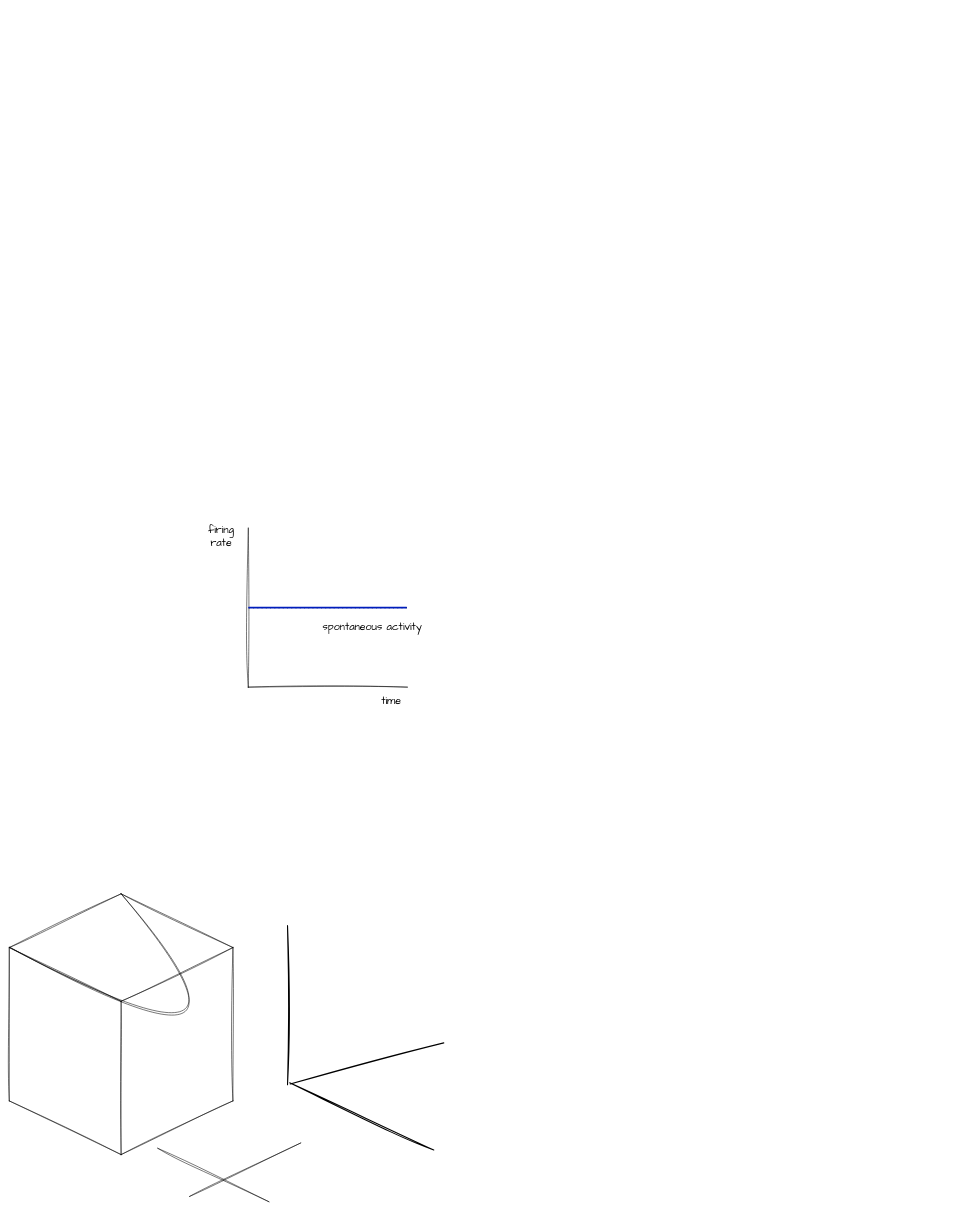
bjhardcastle/diagrams keeps this draw.io diagram as Untitled Diagram.drawio. Above is the earlier version. Source tidied: cells renumbered, new cells numbered last; positions are measured from the earlier drawing's top-left corner, leaving out a move shared by most shapes. Both pictures are drawn from the tidied source at 53%, with x=0, y=0 at pixel (9, 528).
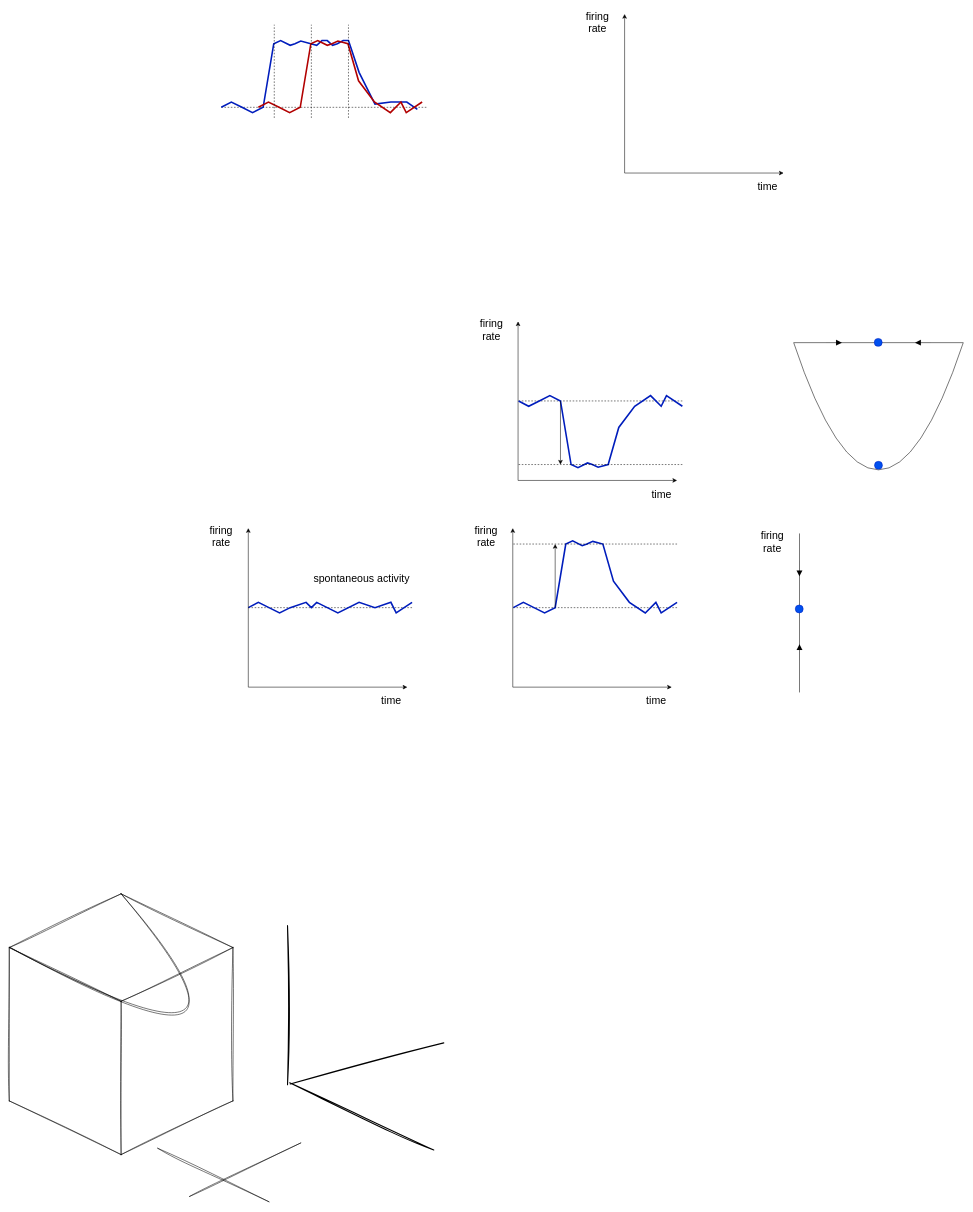
The same page after the edit.

The edit, as a diff of the source:
```diff
@@
-    <mxCell id="2" style="shape=partialRectangle;whiteSpace=wrap;html=1;bottom=0;right=0;fillColor=none;sketch=1;hachureGap=4;jiggle=2;curveFitting=1;fontFamily=Architects Daughter;fontSize=20;direction=north;" parent="1" vertex="1">
-      <mxGeometry x="451" width="300" height="300" as="geometry" />
-    </mxCell>
+    <mxCell id="15" style="endArrow=none;dashed=1;html=1;rounded=0;exitX=0.5;exitY=0;exitDx=0;exitDy=0;fontFamily=Helvetica;" parent="1" edge="1">
+      <mxGeometry relative="1" as="geometry">
+        <mxPoint x="451" y="150" as="sourcePoint" />
+        <mxPoint x="760" y="150" as="targetPoint" />
+      </mxGeometry>
+    </mxCell>
@@
-    <mxCell id="10" value="time" style="text;html=1;strokeColor=none;fillColor=none;align=center;verticalAlign=middle;whiteSpace=wrap;rounded=0;fontFamily=Architects Daughter;fontSize=20;" parent="1" vertex="1">
+    <mxCell id="10" value="time" style="text;html=1;strokeColor=none;fillColor=none;align=center;verticalAlign=middle;whiteSpace=wrap;rounded=0;fontFamily=Helvetica;fontSize=20;" parent="1" vertex="1">
       <mxGeometry x="691" y="310" width="60" height="30" as="geometry" />
     </mxCell>
-    <mxCell id="11" value="firing rate" style="text;html=1;strokeColor=none;fillColor=none;align=center;verticalAlign=middle;whiteSpace=wrap;rounded=0;fontFamily=Architects Daughter;fontSize=20;" parent="1" vertex="1">
+    <mxCell id="11" value="firing rate" style="text;html=1;strokeColor=none;fillColor=none;align=center;verticalAlign=middle;whiteSpace=wrap;rounded=0;fontFamily=Helvetica;fontSize=20;" parent="1" vertex="1">
       <mxGeometry x="370" width="60" height="30" as="geometry" />
     </mxCell>
-    <mxCell id="12" style="endArrow=none;dashed=1;html=1;dashPattern=1 3;strokeWidth=2;rounded=0;entryX=0.5;entryY=0;entryDx=0;entryDy=0;" parent="1" edge="1" target="2">
-      <mxGeometry relative="1" as="geometry">
-        <mxPoint x="750" y="150" as="sourcePoint" />
-      </mxGeometry>
-    </mxCell>
+    <mxCell id="14" value="spontaneous activity" style="text;html=1;strokeColor=none;fillColor=none;align=center;verticalAlign=middle;whiteSpace=wrap;rounded=0;fontFamily=Helvetica;fontSize=20;" parent="1" vertex="1">
+      <mxGeometry x="570" y="80" width="190" height="30" as="geometry" />
+    </mxCell>
-    <mxCell id="13" style="endArrow=none;html=1;rounded=0;exitX=0.5;exitY=0;exitDx=0;exitDy=0;fillColor=#0050ef;strokeColor=#001DBC;strokeWidth=3;" parent="1" edge="1" source="2">
+    <mxCell id="13" style="endArrow=none;html=1;rounded=0;exitX=0.5;exitY=0;exitDx=0;exitDy=0;fillColor=#0050ef;strokeColor=#001DBC;strokeWidth=3;fontFamily=Helvetica;" parent="1" edge="1">
       <mxGeometry relative="1" as="geometry">
-        <mxPoint x="750" y="150" as="targetPoint" />
+        <mxPoint x="451" y="150" as="sourcePoint" />
+        <mxPoint x="760" y="140" as="targetPoint" />
+        <Array as="points">
+          <mxPoint x="470" y="140" />
+          <mxPoint x="490" y="150" />
+          <mxPoint x="510" y="160" />
+          <mxPoint x="530" y="150" />
+          <mxPoint x="560" y="140" />
+          <mxPoint x="570" y="150" />
+          <mxPoint x="580" y="140" />
+          <mxPoint x="600" y="150" />
+          <mxPoint x="620" y="160" />
+          <mxPoint x="660" y="140" />
+          <mxPoint x="690" y="150" />
+          <mxPoint x="720" y="140" />
+          <mxPoint x="730" y="160" />
+        </Array>
       </mxGeometry>
     </mxCell>
-    <mxCell id="14" value="spontaneous activity" style="text;html=1;strokeColor=none;fillColor=none;align=center;verticalAlign=middle;whiteSpace=wrap;rounded=0;fontFamily=Architects Daughter;fontSize=20;" parent="1" vertex="1">
-      <mxGeometry x="590" y="170" width="190" height="30" as="geometry" />
-    </mxCell>
+    <mxCell id="16" style="endArrow=none;dashed=1;html=1;rounded=0;exitX=0.5;exitY=0;exitDx=0;exitDy=0;fontFamily=Helvetica;" parent="1" edge="1">
+      <mxGeometry relative="1" as="geometry">
+        <mxPoint x="951" y="150" as="sourcePoint" />
+        <mxPoint x="1260" y="150" as="targetPoint" />
+      </mxGeometry>
+    </mxCell>
+    <mxCell id="17" value="time" style="text;html=1;strokeColor=none;fillColor=none;align=center;verticalAlign=middle;whiteSpace=wrap;rounded=0;fontFamily=Helvetica;fontSize=20;" parent="1" vertex="1">
+      <mxGeometry x="1191" y="310" width="60" height="30" as="geometry" />
+    </mxCell>
+    <mxCell id="18" value="firing rate" style="text;html=1;strokeColor=none;fillColor=none;align=center;verticalAlign=middle;whiteSpace=wrap;rounded=0;fontFamily=Helvetica;fontSize=20;" parent="1" vertex="1">
+      <mxGeometry x="870" width="60" height="30" as="geometry" />
+    </mxCell>
+    <mxCell id="19" style="endArrow=none;html=1;rounded=0;exitX=0.5;exitY=0;exitDx=0;exitDy=0;fillColor=#0050ef;strokeColor=#001DBC;strokeWidth=3;fontFamily=Helvetica;" parent="1" edge="1">
+      <mxGeometry relative="1" as="geometry">
+        <mxPoint x="951" y="150" as="sourcePoint" />
+        <mxPoint x="1260" y="140" as="targetPoint" />
+        <Array as="points">
+          <mxPoint x="970" y="140" />
+          <mxPoint x="990" y="150" />
+          <mxPoint x="1010" y="160" />
+          <mxPoint x="1030" y="150" />
+          <mxPoint x="1050" y="30" />
+          <mxPoint x="1063" y="24" />
+          <mxPoint x="1081" y="33" />
+          <mxPoint x="1090" y="30" />
+          <mxPoint x="1101" y="25" />
+          <mxPoint x="1120" y="30" />
+          <mxPoint x="1140" y="100" />
+          <mxPoint x="1170" y="140" />
+          <mxPoint x="1200" y="160" />
+          <mxPoint x="1220" y="140" />
+          <mxPoint x="1230" y="160" />
+        </Array>
+      </mxGeometry>
+    </mxCell>
+    <mxCell id="20" style="endArrow=classic;html=1;rounded=0;" parent="1" edge="1">
+      <mxGeometry relative="1" as="geometry">
+        <mxPoint x="1030" y="150" as="sourcePoint" />
+        <mxPoint x="1030" y="30" as="targetPoint" />
+      </mxGeometry>
+    </mxCell>
+    <mxCell id="21" style="endArrow=none;dashed=1;html=1;rounded=0;exitX=0.5;exitY=0;exitDx=0;exitDy=0;fontFamily=Helvetica;" parent="1" edge="1">
+      <mxGeometry relative="1" as="geometry">
+        <mxPoint x="951" y="30" as="sourcePoint" />
+        <mxPoint x="1260" y="30" as="targetPoint" />
+      </mxGeometry>
+    </mxCell>
+    <mxCell id="22" value="firing rate" style="text;html=1;strokeColor=none;fillColor=none;align=center;verticalAlign=middle;whiteSpace=wrap;rounded=0;fontFamily=Helvetica;fontSize=20;" parent="1" vertex="1">
+      <mxGeometry x="1410" y="10" width="60" height="30" as="geometry" />
+    </mxCell>
+    <mxCell id="23" style="endArrow=none;html=1;rounded=0;entryX=1;entryY=0;entryDx=0;entryDy=0;exitX=0;exitY=0;exitDx=0;exitDy=0;endFill=0;" parent="1" edge="1">
+      <mxGeometry relative="1" as="geometry">
+        <mxPoint x="1491" y="310" as="sourcePoint" />
+        <mxPoint x="1491" y="10" as="targetPoint" />
+      </mxGeometry>
+    </mxCell>
+    <mxCell id="24" style="ellipse;whiteSpace=wrap;html=1;fillColor=#0050ef;fontColor=#ffffff;strokeColor=#001DBC;" parent="1" vertex="1">
+      <mxGeometry x="1483" y="145" width="15" height="15" as="geometry" />
+    </mxCell>
+    <mxCell id="25" style="group;" parent="1" vertex="1">
+      <mxGeometry x="451" width="300" height="300" as="geometry" />
+    </mxCell>
+    <mxCell id="26" style="endArrow=classic;html=1;rounded=0;entryX=1;entryY=0;entryDx=0;entryDy=0;exitX=0;exitY=0;exitDx=0;exitDy=0;endFill=1;" parent="25" edge="1">
+      <mxGeometry relative="1" as="geometry">
+        <mxPoint y="300" as="sourcePoint" />
+        <mxPoint as="targetPoint" />
+      </mxGeometry>
+    </mxCell>
+    <mxCell id="27" style="endArrow=classic;html=1;rounded=0;entryX=0;entryY=1;entryDx=0;entryDy=0;exitX=0;exitY=0;exitDx=0;exitDy=0;endFill=1;" parent="25" edge="1">
+      <mxGeometry relative="1" as="geometry">
+        <mxPoint y="300" as="sourcePoint" />
+        <mxPoint x="300" y="300" as="targetPoint" />
+      </mxGeometry>
+    </mxCell>
+    <mxCell id="28" style="group;" parent="1" vertex="1">
+      <mxGeometry x="950" width="300" height="300" as="geometry" />
+    </mxCell>
+    <mxCell id="29" style="endArrow=classic;html=1;rounded=0;entryX=1;entryY=0;entryDx=0;entryDy=0;exitX=0;exitY=0;exitDx=0;exitDy=0;endFill=1;" parent="28" edge="1">
+      <mxGeometry relative="1" as="geometry">
+        <mxPoint y="300" as="sourcePoint" />
+        <mxPoint as="targetPoint" />
+      </mxGeometry>
+    </mxCell>
+    <mxCell id="30" style="endArrow=classic;html=1;rounded=0;entryX=0;entryY=1;entryDx=0;entryDy=0;exitX=0;exitY=0;exitDx=0;exitDy=0;endFill=1;" parent="28" edge="1">
+      <mxGeometry relative="1" as="geometry">
+        <mxPoint y="300" as="sourcePoint" />
+        <mxPoint x="300" y="300" as="targetPoint" />
+      </mxGeometry>
+    </mxCell>
+    <mxCell id="31" style="endArrow=none;dashed=1;html=1;rounded=0;exitX=0.5;exitY=0;exitDx=0;exitDy=0;fontFamily=Helvetica;" parent="1" edge="1">
+      <mxGeometry relative="1" as="geometry">
+        <mxPoint x="961" y="-240" as="sourcePoint" />
+        <mxPoint x="1270" y="-240" as="targetPoint" />
+      </mxGeometry>
+    </mxCell>
+    <mxCell id="32" value="time" style="text;html=1;strokeColor=none;fillColor=none;align=center;verticalAlign=middle;whiteSpace=wrap;rounded=0;fontFamily=Helvetica;fontSize=20;" parent="1" vertex="1">
+      <mxGeometry x="1201" y="-80" width="60" height="30" as="geometry" />
+    </mxCell>
+    <mxCell id="33" value="firing rate" style="text;html=1;strokeColor=none;fillColor=none;align=center;verticalAlign=middle;whiteSpace=wrap;rounded=0;fontFamily=Helvetica;fontSize=20;" parent="1" vertex="1">
+      <mxGeometry x="880" y="-390" width="60" height="30" as="geometry" />
+    </mxCell>
+    <mxCell id="34" style="group;" parent="1" vertex="1">
+      <mxGeometry x="960" y="-390" width="300" height="300" as="geometry" />
+    </mxCell>
+    <mxCell id="35" style="endArrow=classic;html=1;rounded=0;entryX=1;entryY=0;entryDx=0;entryDy=0;exitX=0;exitY=0;exitDx=0;exitDy=0;endFill=1;" parent="34" edge="1">
+      <mxGeometry relative="1" as="geometry">
+        <mxPoint y="300" as="sourcePoint" />
+        <mxPoint as="targetPoint" />
+      </mxGeometry>
+    </mxCell>
+    <mxCell id="36" style="endArrow=classic;html=1;rounded=0;entryX=0;entryY=1;entryDx=0;entryDy=0;exitX=0;exitY=0;exitDx=0;exitDy=0;endFill=1;" parent="34" edge="1">
+      <mxGeometry relative="1" as="geometry">
+        <mxPoint y="300" as="sourcePoint" />
+        <mxPoint x="300" y="300" as="targetPoint" />
+      </mxGeometry>
+    </mxCell>
+    <mxCell id="37" style="endArrow=none;html=1;rounded=0;exitX=0.5;exitY=0;exitDx=0;exitDy=0;fillColor=#0050ef;strokeColor=#001DBC;strokeWidth=3;fontFamily=Helvetica;" parent="1" edge="1">
+      <mxGeometry relative="1" as="geometry">
+        <mxPoint x="961" y="-240" as="sourcePoint" />
+        <mxPoint x="1270" y="-230" as="targetPoint" />
+        <Array as="points">
+          <mxPoint x="980" y="-230" />
+          <mxPoint x="1000" y="-240" />
+          <mxPoint x="1020" y="-250" />
+          <mxPoint x="1040" y="-240" />
+          <mxPoint x="1060" y="-120" />
+          <mxPoint x="1073" y="-114" />
+          <mxPoint x="1091" y="-123" />
+          <mxPoint x="1100" y="-120" />
+          <mxPoint x="1111" y="-115" />
+          <mxPoint x="1130" y="-120" />
+          <mxPoint x="1150" y="-190" />
+          <mxPoint x="1180" y="-230" />
+          <mxPoint x="1210" y="-250" />
+          <mxPoint x="1230" y="-230" />
+          <mxPoint x="1240" y="-250" />
+        </Array>
+      </mxGeometry>
+    </mxCell>
+    <mxCell id="38" style="endArrow=classic;html=1;rounded=0;" parent="1" edge="1">
+      <mxGeometry relative="1" as="geometry">
+        <mxPoint x="1040" y="-240" as="sourcePoint" />
+        <mxPoint x="1040" y="-120" as="targetPoint" />
+      </mxGeometry>
+    </mxCell>
+    <mxCell id="39" style="endArrow=none;dashed=1;html=1;rounded=0;exitX=0.5;exitY=0;exitDx=0;exitDy=0;fontFamily=Helvetica;" parent="1" edge="1">
+      <mxGeometry relative="1" as="geometry">
+        <mxPoint x="961" y="-120" as="sourcePoint" />
+        <mxPoint x="1270" y="-120" as="targetPoint" />
+      </mxGeometry>
+    </mxCell>
+    <mxCell id="40" style="endArrow=block;html=1;rounded=0;endFill=1;endSize=11;strokeWidth=0;" parent="1" edge="1">
+      <mxGeometry relative="1" as="geometry">
+        <mxPoint x="1490.9" y="61" as="sourcePoint" />
+        <mxPoint x="1490.9" y="91" as="targetPoint" />
+      </mxGeometry>
+    </mxCell>
+    <mxCell id="41" style="endArrow=block;html=1;rounded=0;endFill=1;endSize=11;strokeWidth=0;" parent="1" edge="1">
+      <mxGeometry relative="1" as="geometry">
+        <mxPoint x="1491" y="249" as="sourcePoint" />
+        <mxPoint x="1491" y="219" as="targetPoint" />
+      </mxGeometry>
+    </mxCell>
+    <mxCell id="42" style="curved=1;endArrow=none;html=1;rounded=0;endFill=0;" parent="1" edge="1">
+      <mxGeometry relative="1" as="geometry">
+        <mxPoint x="1800" y="-350" as="sourcePoint" />
+        <mxPoint x="1480" y="-350" as="targetPoint" />
+        <Array as="points">
+          <mxPoint x="1640" y="130" />
+        </Array>
+      </mxGeometry>
+    </mxCell>
+    <mxCell id="43" style="group;" parent="1" vertex="1">
+      <mxGeometry x="1480" y="-358" width="320" height="15" as="geometry" />
+    </mxCell>
+    <mxCell id="44" style="endArrow=none;html=1;rounded=0;endFill=0;" parent="43" edge="1">
+      <mxGeometry relative="1" as="geometry">
+        <mxPoint y="8" as="sourcePoint" />
+        <mxPoint x="320" y="8" as="targetPoint" />
+      </mxGeometry>
+    </mxCell>
+    <mxCell id="45" style="ellipse;whiteSpace=wrap;html=1;fillColor=#0050ef;fontColor=#ffffff;strokeColor=#001DBC;direction=east;rotation=90;" parent="43" vertex="1">
+      <mxGeometry x="152" width="15" height="15" as="geometry" />
+    </mxCell>
+    <mxCell id="46" style="endArrow=block;html=1;rounded=0;endFill=1;endSize=11;strokeWidth=0;" parent="43" edge="1">
+      <mxGeometry relative="1" as="geometry">
+        <mxPoint x="259" y="8" as="sourcePoint" />
+        <mxPoint x="229" y="8" as="targetPoint" />
+      </mxGeometry>
+    </mxCell>
+    <mxCell id="47" style="endArrow=block;html=1;rounded=0;endFill=1;endSize=11;strokeWidth=0;" parent="43" edge="1">
+      <mxGeometry relative="1" as="geometry">
+        <mxPoint x="61" y="8" as="sourcePoint" />
+        <mxPoint x="91" y="8" as="targetPoint" />
+      </mxGeometry>
+    </mxCell>
+    <mxCell id="48" style="ellipse;whiteSpace=wrap;html=1;fillColor=#0050ef;fontColor=#ffffff;strokeColor=#001DBC;direction=east;rotation=90;" parent="1" vertex="1">
+      <mxGeometry x="1632.5" y="-126" width="15" height="15" as="geometry" />
+    </mxCell>
+    <mxCell id="49" value="time" style="text;html=1;strokeColor=none;fillColor=none;align=center;verticalAlign=middle;whiteSpace=wrap;rounded=0;fontFamily=Helvetica;fontSize=20;" parent="1" vertex="1">
+      <mxGeometry x="1401" y="-660" width="60" height="30" as="geometry" />
+    </mxCell>
+    <mxCell id="50" value="firing rate" style="text;html=1;strokeColor=none;fillColor=none;align=center;verticalAlign=middle;whiteSpace=wrap;rounded=0;fontFamily=Helvetica;fontSize=20;" parent="1" vertex="1">
+      <mxGeometry x="1080" y="-970" width="60" height="30" as="geometry" />
+    </mxCell>
+    <mxCell id="51" style="group;" parent="1" vertex="1">
+      <mxGeometry x="1161" y="-970" width="300" height="300" as="geometry" />
+    </mxCell>
+    <mxCell id="52" style="endArrow=classic;html=1;rounded=0;entryX=1;entryY=0;entryDx=0;entryDy=0;exitX=0;exitY=0;exitDx=0;exitDy=0;endFill=1;" parent="51" edge="1">
+      <mxGeometry relative="1" as="geometry">
+        <mxPoint y="300" as="sourcePoint" />
+        <mxPoint as="targetPoint" />
+      </mxGeometry>
+    </mxCell>
+    <mxCell id="53" style="endArrow=classic;html=1;rounded=0;entryX=0;entryY=1;entryDx=0;entryDy=0;exitX=0;exitY=0;exitDx=0;exitDy=0;endFill=1;" parent="51" edge="1">
+      <mxGeometry relative="1" as="geometry">
+        <mxPoint y="300" as="sourcePoint" />
+        <mxPoint x="300" y="300" as="targetPoint" />
+      </mxGeometry>
+    </mxCell>
+    <mxCell id="54" style="endArrow=none;dashed=1;html=1;rounded=0;exitX=0.5;exitY=0;exitDx=0;exitDy=0;fontFamily=Helvetica;" parent="1" edge="1">
+      <mxGeometry relative="1" as="geometry">
+        <mxPoint x="400" y="-794" as="sourcePoint" />
+        <mxPoint x="790" y="-794" as="targetPoint" />
+      </mxGeometry>
+    </mxCell>
+    <mxCell id="55" style="endArrow=none;html=1;rounded=0;exitX=0.5;exitY=0;exitDx=0;exitDy=0;fillColor=#0050ef;strokeColor=#001DBC;strokeWidth=3;fontFamily=Helvetica;" parent="1" edge="1">
+      <mxGeometry relative="1" as="geometry">
+        <mxPoint x="400" y="-794" as="sourcePoint" />
+        <mxPoint x="770" y="-790" as="targetPoint" />
+        <Array as="points">
+          <mxPoint x="419" y="-804" />
+          <mxPoint x="439" y="-794" />
+          <mxPoint x="459" y="-784" />
+          <mxPoint x="479" y="-794" />
+          <mxPoint x="499" y="-914" />
+          <mxPoint x="512" y="-920" />
+          <mxPoint x="530" y="-911" />
+          <mxPoint x="539" y="-914" />
+          <mxPoint x="550" y="-919" />
+          <mxPoint x="569" y="-914" />
+          <mxPoint x="580" y="-911" />
+          <mxPoint x="590" y="-920" />
+          <mxPoint x="600" y="-920" />
+          <mxPoint x="610" y="-911" />
+          <mxPoint x="619" y="-914" />
+          <mxPoint x="630" y="-920" />
+          <mxPoint x="640" y="-920" />
+          <mxPoint x="660" y="-860" />
+          <mxPoint x="690" y="-800" />
+          <mxPoint x="720" y="-804" />
+          <mxPoint x="750" y="-804" />
+        </Array>
+      </mxGeometry>
+    </mxCell>
+    <mxCell id="56" style="endArrow=none;html=1;rounded=0;exitX=0.5;exitY=0;exitDx=0;exitDy=0;fillColor=#e51400;strokeColor=#B20000;strokeWidth=3;fontFamily=Helvetica;" parent="1" edge="1">
+      <mxGeometry relative="1" as="geometry">
+        <mxPoint x="470" y="-794" as="sourcePoint" />
+        <mxPoint x="779" y="-804" as="targetPoint" />
+        <Array as="points">
+          <mxPoint x="489" y="-804" />
+          <mxPoint x="509" y="-794" />
+          <mxPoint x="529" y="-784" />
+          <mxPoint x="549" y="-794" />
+          <mxPoint x="569" y="-914" />
+          <mxPoint x="582" y="-920" />
+          <mxPoint x="600" y="-911" />
+          <mxPoint x="609" y="-914" />
+          <mxPoint x="620" y="-919" />
+          <mxPoint x="639" y="-914" />
+          <mxPoint x="659" y="-844" />
+          <mxPoint x="689" y="-804" />
+          <mxPoint x="719" y="-784" />
+          <mxPoint x="739" y="-804" />
+          <mxPoint x="749" y="-784" />
+        </Array>
+      </mxGeometry>
+    </mxCell>
+    <mxCell id="57" style="endArrow=none;dashed=1;html=1;rounded=0;exitX=0.5;exitY=0;exitDx=0;exitDy=0;fontFamily=Helvetica;" parent="1" edge="1">
+      <mxGeometry relative="1" as="geometry">
+        <mxPoint x="500" y="-774" as="sourcePoint" />
+        <mxPoint x="500" y="-950" as="targetPoint" />
+      </mxGeometry>
+    </mxCell>
+    <mxCell id="58" style="endArrow=none;dashed=1;html=1;rounded=0;exitX=0.5;exitY=0;exitDx=0;exitDy=0;fontFamily=Helvetica;" parent="1" edge="1">
+      <mxGeometry relative="1" as="geometry">
+        <mxPoint x="570" y="-774" as="sourcePoint" />
+        <mxPoint x="570" y="-950" as="targetPoint" />
+      </mxGeometry>
+    </mxCell>
+    <mxCell id="59" style="endArrow=none;dashed=1;html=1;rounded=0;exitX=0.5;exitY=0;exitDx=0;exitDy=0;fontFamily=Helvetica;" parent="1" edge="1">
+      <mxGeometry relative="1" as="geometry">
+        <mxPoint x="640" y="-774" as="sourcePoint" />
+        <mxPoint x="640" y="-950" as="targetPoint" />
+      </mxGeometry>
+    </mxCell>
```
